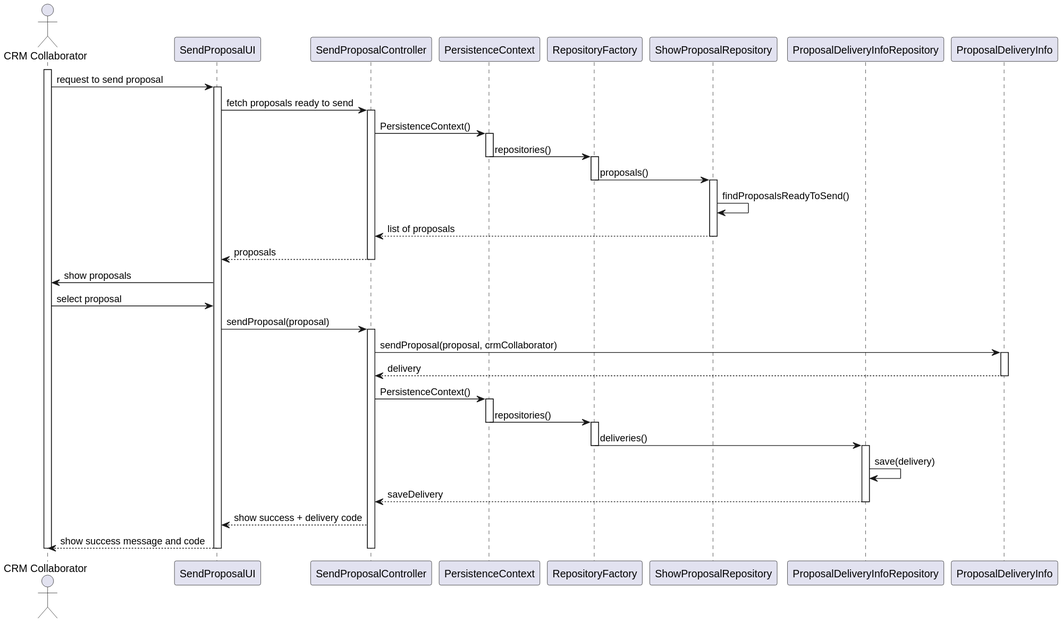
Earlier version of the PlantUML export docs/SPRINT_3/US316/images/sequence_diagram_us316.svg (diogoveirospro/sem4pi-2024-2025-sem4pi_2024_2025_g44).
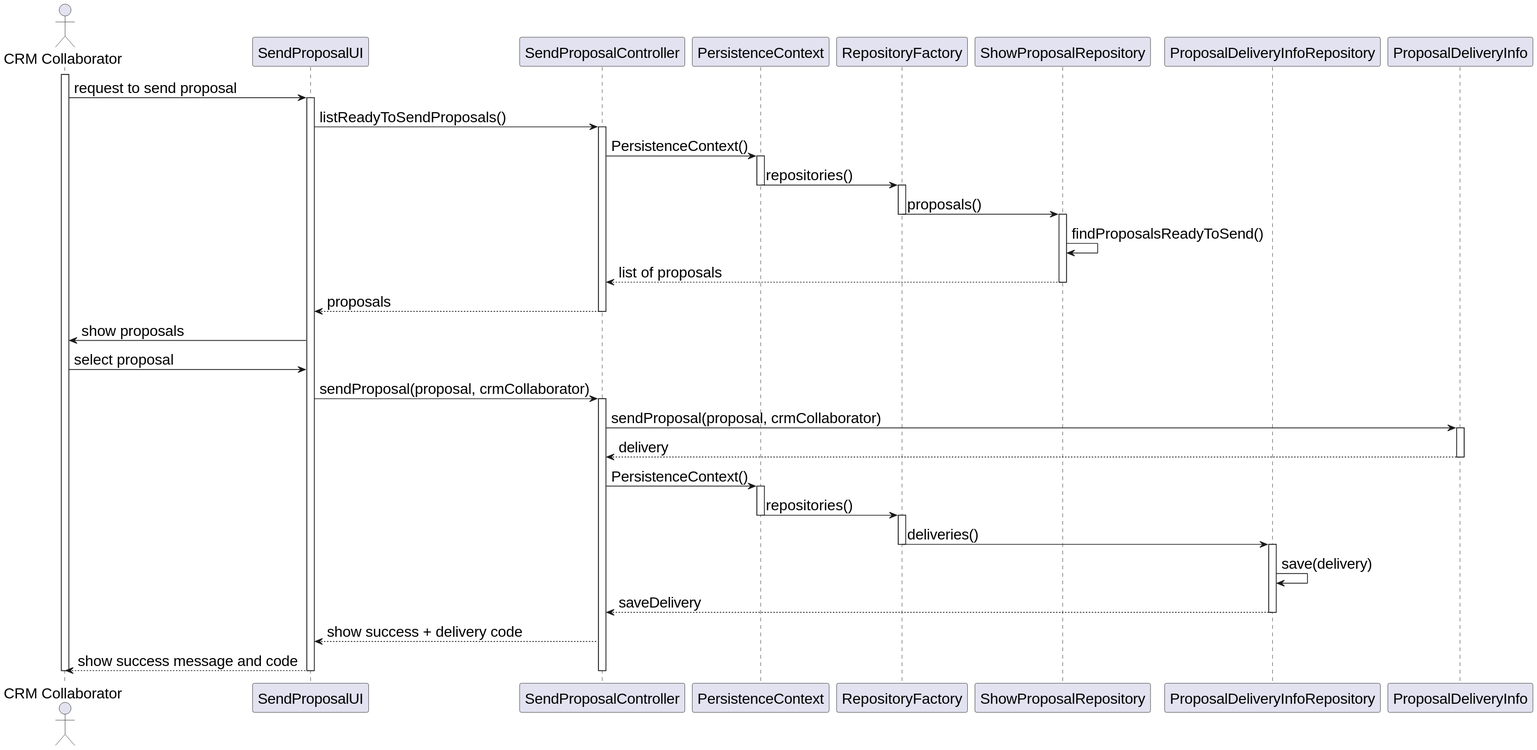
Above is the later version.

Change to the diagram source:
```diff
@@ -1,4 +1,5 @@
 @startuml
+skinparamlocked defaultFontSize 20
 actor "CRM Collaborator" as User
 participant "SendProposalUI" as UI
 participant "SendProposalController" as Controller
@@ -13,7 +14,7 @@
 User -> UI : request to send proposal
 activate UI
 
-UI -> Controller : fetch proposals ready to send
+UI -> Controller : listReadyToSendProposals()
 activate Controller
 
 Controller -> Persistence : PersistenceContext()
@@ -38,7 +39,7 @@
 UI -> User : show proposals
 User -> UI : select proposal
 
-UI -> Controller : sendProposal(proposal)
+UI -> Controller : sendProposal(proposal, crmCollaborator)
 activate Controller
 
 Controller -> DeliveryInfo : sendProposal(proposal, crmCollaborator)
```
